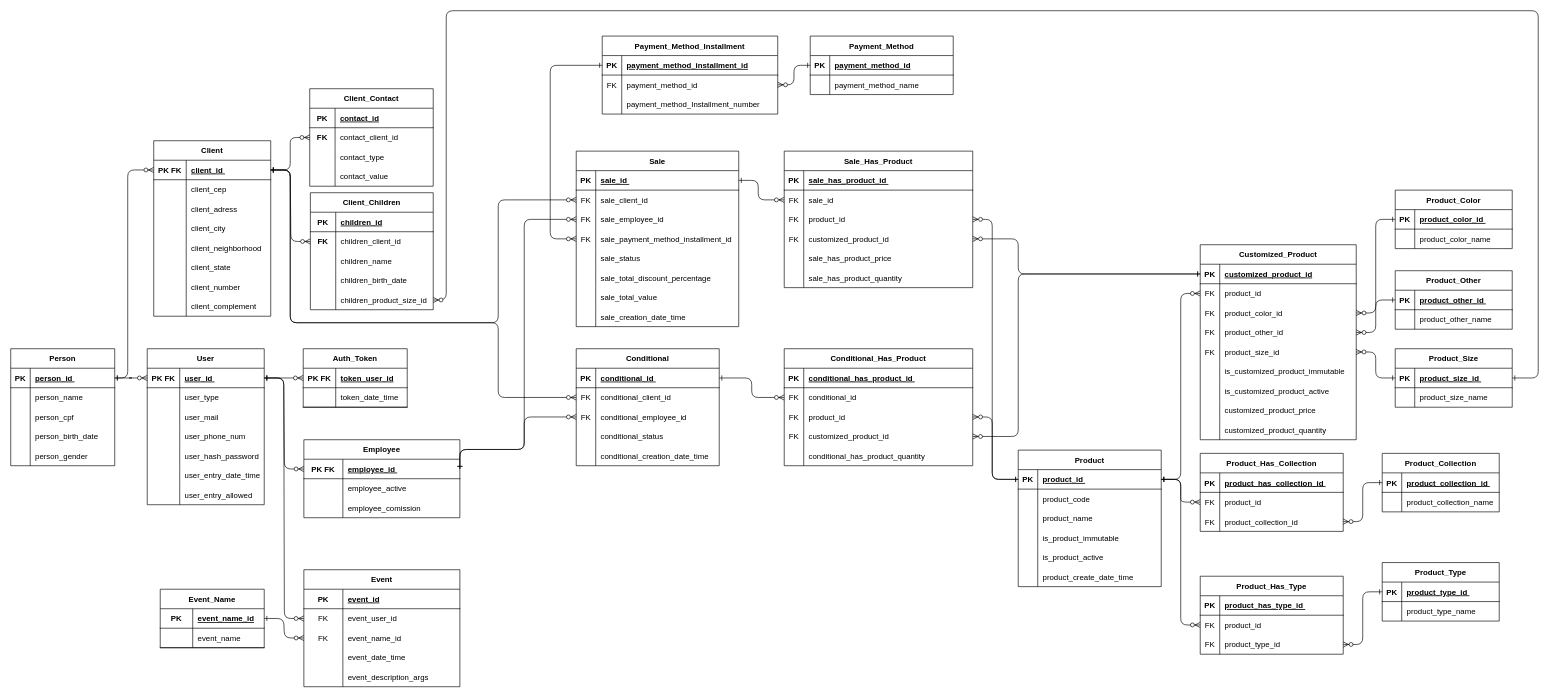
Before: documentation/others/RelationalDB.drawio in VCalixtoR/gestaomt-back, a draw.io diagram. Source tidied: cells renumbered, new cells numbered last; positions are measured from the earlier drawing's top-left corner, leaving out a move shared by most shapes. Both pictures are drawn from the tidied source at 65%, with x=0, y=0 at pixel (10, 10).
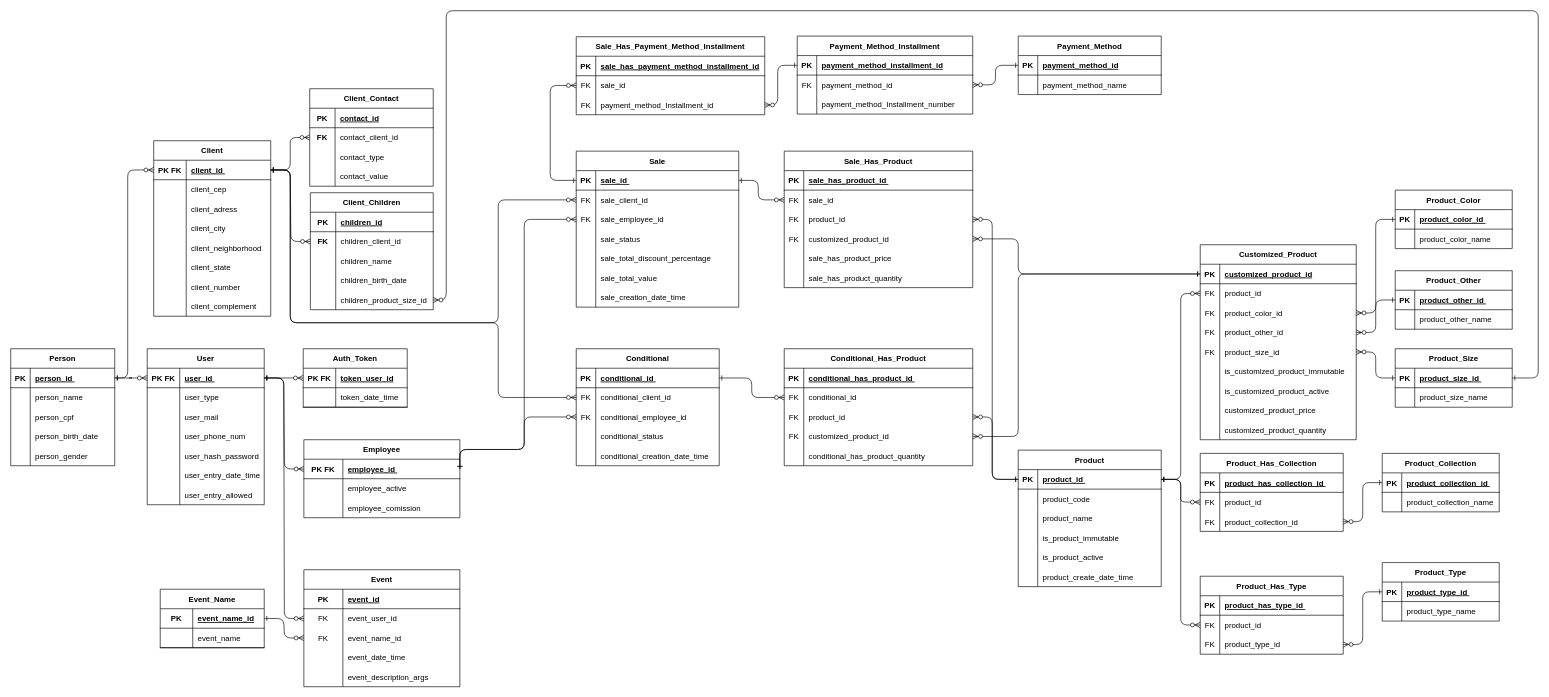
The same diagram, later.

Commit message (it also covers changes not shown here):
feat: script sale with multiple method installment

Unchanged cells that the change refers to:
```xml
<mxCell id="276" style="shape=partialRectangle;fillColor=none;points=[[0,0.5],[1,0.5]];portConstraint=eastwest;top=0;left=0;right=0;bottom=1;" parent="275" vertex="1">
  <mxGeometry y="30" width="250" height="30" as="geometry" />
</mxCell>
<mxCell id="328" style="shape=partialRectangle;fillColor=none;points=[[0,0.5],[1,0.5]];portConstraint=eastwest;top=0;left=0;right=0;bottom=1;" parent="327" vertex="1">
  <mxGeometry y="30" width="270" height="30" as="geometry" />
</mxCell>
```

Diff of the diagram source:
```diff
@@
     <mxCell id="275" value="Sale" style="shape=table;startSize=30;childLayout=tableLayout;rowLines=0;fontStyle=1;align=center;" parent="1" vertex="1">
-      <mxGeometry x="870" y="216" width="250" height="270" as="geometry" />
+      <mxGeometry x="870" y="216" width="250" height="240" as="geometry" />
     </mxCell>
@@
-    <mxCell id="285" style="shape=partialRectangle;fillColor=none;points=[[0,0.5],[1,0.5]];portConstraint=eastwest;top=0;left=0;right=0;bottom=0;" parent="275" vertex="1">
-      <mxGeometry y="120" width="250" height="30" as="geometry" />
-    </mxCell>
-    <mxCell id="286" value="FK" style="shape=partialRectangle;overflow=hidden;fillColor=none;top=0;left=0;bottom=0;right=0;" parent="285" vertex="1">
-      <mxGeometry width="30" height="30" as="geometry" />
-    </mxCell>
-    <mxCell id="287" value="sale_payment_method_installment_id" style="shape=partialRectangle;overflow=hidden;fillColor=none;top=0;left=0;bottom=0;right=0;align=left;spacingLeft=6;spacingTop=0;" parent="285" vertex="1">
-      <mxGeometry x="30" width="220" height="30" as="geometry" />
-    </mxCell>
     <mxCell id="288" style="shape=partialRectangle;fillColor=none;top=0;left=0;right=0;bottom=0;" parent="275" vertex="1">
-      <mxGeometry y="150" width="250" height="30" as="geometry" />
+      <mxGeometry y="120" width="250" height="30" as="geometry" />
     </mxCell>
@@
     <mxCell id="291" style="shape=partialRectangle;fillColor=none;top=0;left=0;right=0;bottom=0;" parent="275" vertex="1">
-      <mxGeometry y="180" width="250" height="30" as="geometry" />
+      <mxGeometry y="150" width="250" height="30" as="geometry" />
     </mxCell>
@@
     <mxCell id="294" style="shape=partialRectangle;fillColor=none;top=0;left=0;right=0;bottom=0;" parent="275" vertex="1">
-      <mxGeometry y="210" width="250" height="30" as="geometry" />
+      <mxGeometry y="180" width="250" height="30" as="geometry" />
     </mxCell>
@@
     <mxCell id="297" style="shape=partialRectangle;fillColor=none;top=0;left=0;right=0;bottom=0;" parent="275" vertex="1">
-      <mxGeometry y="240" width="250" height="30" as="geometry" />
+      <mxGeometry y="210" width="250" height="30" as="geometry" />
     </mxCell>
@@
     <mxCell id="320" value="Payment_Method" style="shape=table;startSize=30;childLayout=tableLayout;rowLines=0;fontStyle=1;align=center;" parent="1" vertex="1">
-      <mxGeometry x="1230" y="39" width="220" height="90" as="geometry" />
+      <mxGeometry x="1550" y="39" width="220" height="90" as="geometry" />
     </mxCell>
@@
     <mxCell id="327" value="Payment_Method_Installment" style="shape=table;startSize=30;childLayout=tableLayout;rowLines=0;fontStyle=1;align=center;" parent="1" vertex="1">
-      <mxGeometry x="910" y="39" width="270" height="120" as="geometry" />
+      <mxGeometry x="1210" y="39" width="270" height="120" as="geometry" />
     </mxCell>
@@
-    <mxCell id="338" style="edgeStyle=elbowEdgeStyle;endArrow=ERzeroToMany;startArrow=ERone;endFill=1;startFill=0;exitX=0;exitY=0.5;exitDx=0;exitDy=0;entryX=0;entryY=0.5;entryDx=0;entryDy=0;" parent="1" edge="1" source="328" target="285">
-      <mxGeometry relative="1" as="geometry">
-        <Array as="points">
-          <mxPoint x="830" y="199" />
-        </Array>
-      </mxGeometry>
-    </mxCell>
@@
+    <mxCell id="358" value="Sale_Has_Payment_Method_Installment" style="shape=table;startSize=30;childLayout=tableLayout;rowLines=0;fontStyle=1;align=center;" parent="1" vertex="1">
+      <mxGeometry x="870" y="40" width="290" height="120" as="geometry" />
+    </mxCell>
+    <mxCell id="359" style="shape=partialRectangle;fillColor=none;top=0;left=0;right=0;bottom=1;" parent="358" vertex="1">
+      <mxGeometry y="30" width="290" height="30" as="geometry" />
+    </mxCell>
+    <mxCell id="360" value="PK" style="shape=partialRectangle;overflow=hidden;fillColor=none;top=0;left=0;bottom=0;right=0;fontStyle=1;" parent="359" vertex="1">
+      <mxGeometry width="30" height="30" as="geometry" />
+    </mxCell>
+    <mxCell id="361" value="sale_has_payment_method_installment_id" style="shape=partialRectangle;overflow=hidden;fillColor=none;top=0;left=0;bottom=0;right=0;align=left;spacingLeft=6;fontStyle=5;" parent="359" vertex="1">
+      <mxGeometry x="30" width="260" height="30" as="geometry" />
+    </mxCell>
+    <mxCell id="362" style="shape=partialRectangle;fillColor=none;points=[[0,0.5],[1,0.5]];portConstraint=eastwest;top=0;left=0;right=0;bottom=0;" parent="358" vertex="1">
+      <mxGeometry y="60" width="290" height="30" as="geometry" />
+    </mxCell>
+    <mxCell id="363" value="FK" style="shape=partialRectangle;overflow=hidden;fillColor=none;top=0;left=0;bottom=0;right=0;" parent="362" vertex="1">
+      <mxGeometry width="30" height="30" as="geometry" />
+    </mxCell>
+    <mxCell id="364" value="sale_id" style="shape=partialRectangle;overflow=hidden;fillColor=none;top=0;left=0;bottom=0;right=0;align=left;spacingLeft=6;spacingTop=0;" parent="362" vertex="1">
+      <mxGeometry x="30" width="260" height="30" as="geometry" />
+    </mxCell>
+    <mxCell id="365" style="shape=partialRectangle;fillColor=none;points=[[0,0.5],[1,0.5]];portConstraint=eastwest;top=0;left=0;right=0;bottom=0;" parent="358" vertex="1">
+      <mxGeometry y="90" width="290" height="30" as="geometry" />
+    </mxCell>
+    <mxCell id="366" value="FK" style="shape=partialRectangle;overflow=hidden;fillColor=none;top=0;left=0;bottom=0;right=0;" parent="365" vertex="1">
+      <mxGeometry width="30" height="30" as="geometry" />
+    </mxCell>
+    <mxCell id="367" value="payment_method_Installment_id" style="shape=partialRectangle;overflow=hidden;fillColor=none;top=0;left=0;bottom=0;right=0;align=left;spacingLeft=6;spacingTop=0;" parent="365" vertex="1">
+      <mxGeometry x="30" width="260" height="30" as="geometry" />
+    </mxCell>
+    <mxCell id="338" style="edgeStyle=elbowEdgeStyle;endArrow=ERzeroToMany;startArrow=ERone;endFill=1;startFill=0;exitX=0;exitY=0.5;exitDx=0;exitDy=0;entryX=0;entryY=0.5;entryDx=0;entryDy=0;" parent="1" edge="1" source="276" target="362">
+      <mxGeometry relative="1" as="geometry">
+        <Array as="points">
+          <mxPoint x="830" y="199" />
+        </Array>
+      </mxGeometry>
+    </mxCell>
+    <mxCell id="368" style="edgeStyle=elbowEdgeStyle;endArrow=ERzeroToMany;startArrow=ERone;endFill=1;startFill=0;exitX=0;exitY=0.5;exitDx=0;exitDy=0;entryX=1;entryY=0.5;entryDx=0;entryDy=0;" parent="1" edge="1" source="328" target="365">
+      <mxGeometry relative="1" as="geometry">
+        <Array as="points">
+          <mxPoint x="1180" y="130" />
+        </Array>
+      </mxGeometry>
+    </mxCell>
```
